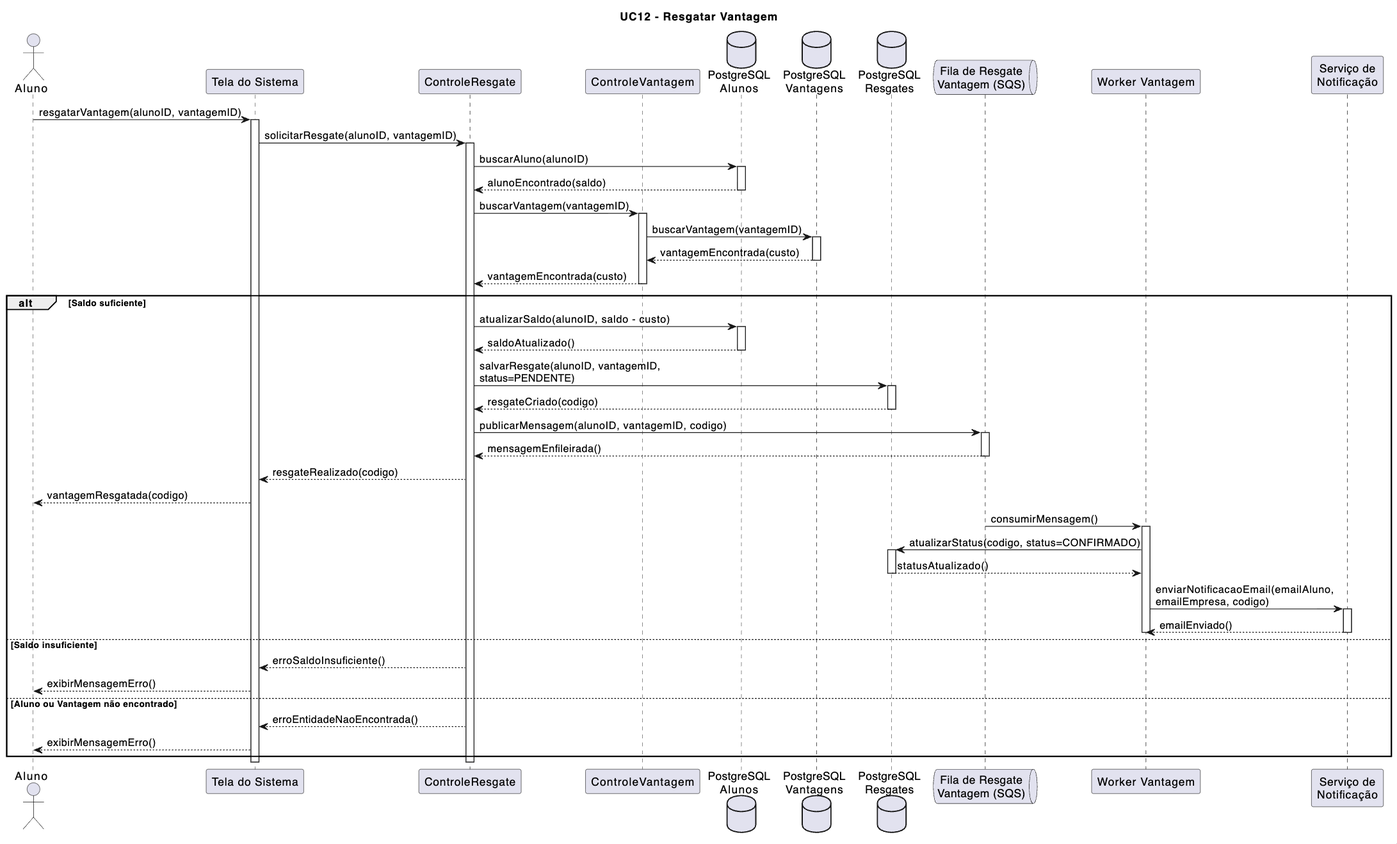
The PlantUML diagram docs/diagrams/sequence-diagram/images/uc-12.png in arturbomtempo-dev/lumen-coin, before a commit. Its source is kept beside it as docs/diagrams/sequence-diagram/source/uc-12.puml.
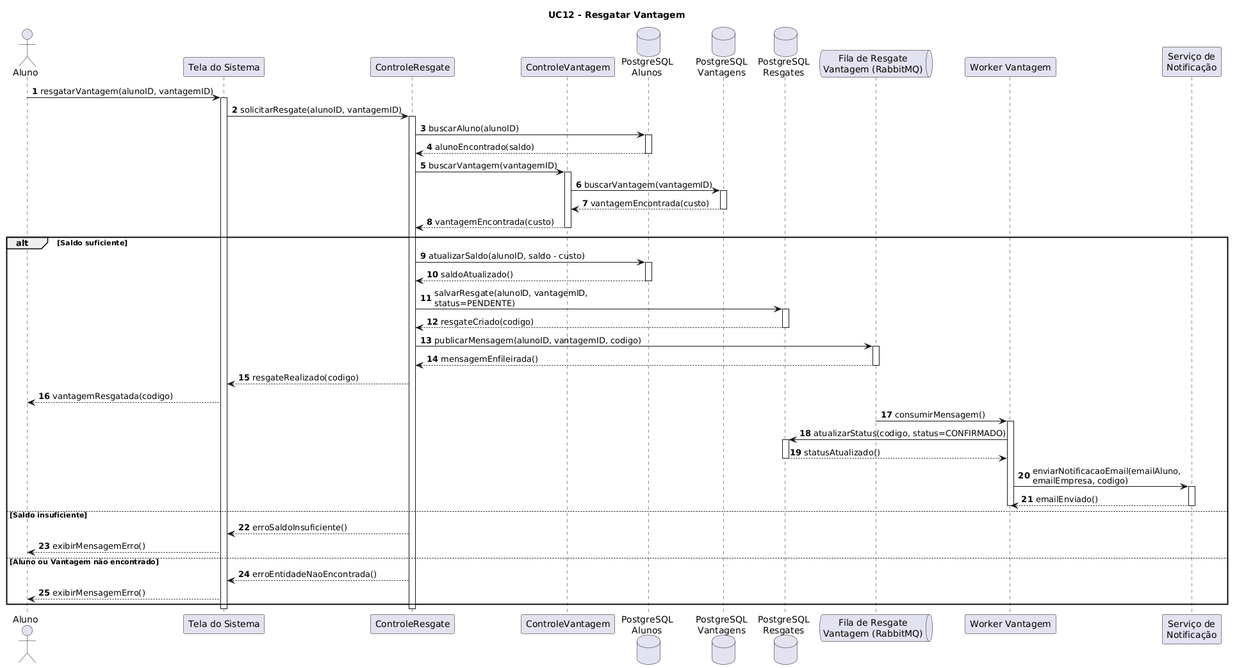
After the change.

The edit, as a diff of the source:
```diff
@@ -1,4 +1,7 @@
 @startuml
+
+autonumber
+
 title UC12 - Resgatar Vantagem
 actor Aluno as A
 participant "Tela do Sistema" as Tela
@@ -7,7 +10,7 @@
 database "PostgreSQL\nAlunos" as DBAluno
 database "PostgreSQL\nVantagens" as DBVantagem
 database "PostgreSQL\nResgates" as DBResgate
-queue "Fila de Resgate\nVantagem (SQS)" as SQS
+queue "Fila de Resgate\nVantagem (RabbitMQ)" as MQ
 participant "Worker Vantagem" as WV
 participant "Serviço de\nNotificação" as SN
 
@@ -42,15 +45,15 @@
     DBResgate --> CR : resgateCriado(codigo)
     deactivate DBResgate
 
-    CR -> SQS : publicarMensagem(alunoID, vantagemID, codigo)
-    activate SQS
-    SQS --> CR : mensagemEnfileirada()
-    deactivate SQS
+    CR -> MQ : publicarMensagem(alunoID, vantagemID, codigo)
+    activate MQ
+    MQ --> CR : mensagemEnfileirada()
+    deactivate MQ
 
     CR --> Tela : resgateRealizado(codigo)
     Tela --> A : vantagemResgatada(codigo)
 
-    SQS -> WV : consumirMensagem()
+    MQ -> WV : consumirMensagem()
     activate WV
     WV -> DBResgate : atualizarStatus(codigo, status=CONFIRMADO)
     activate DBResgate
```
